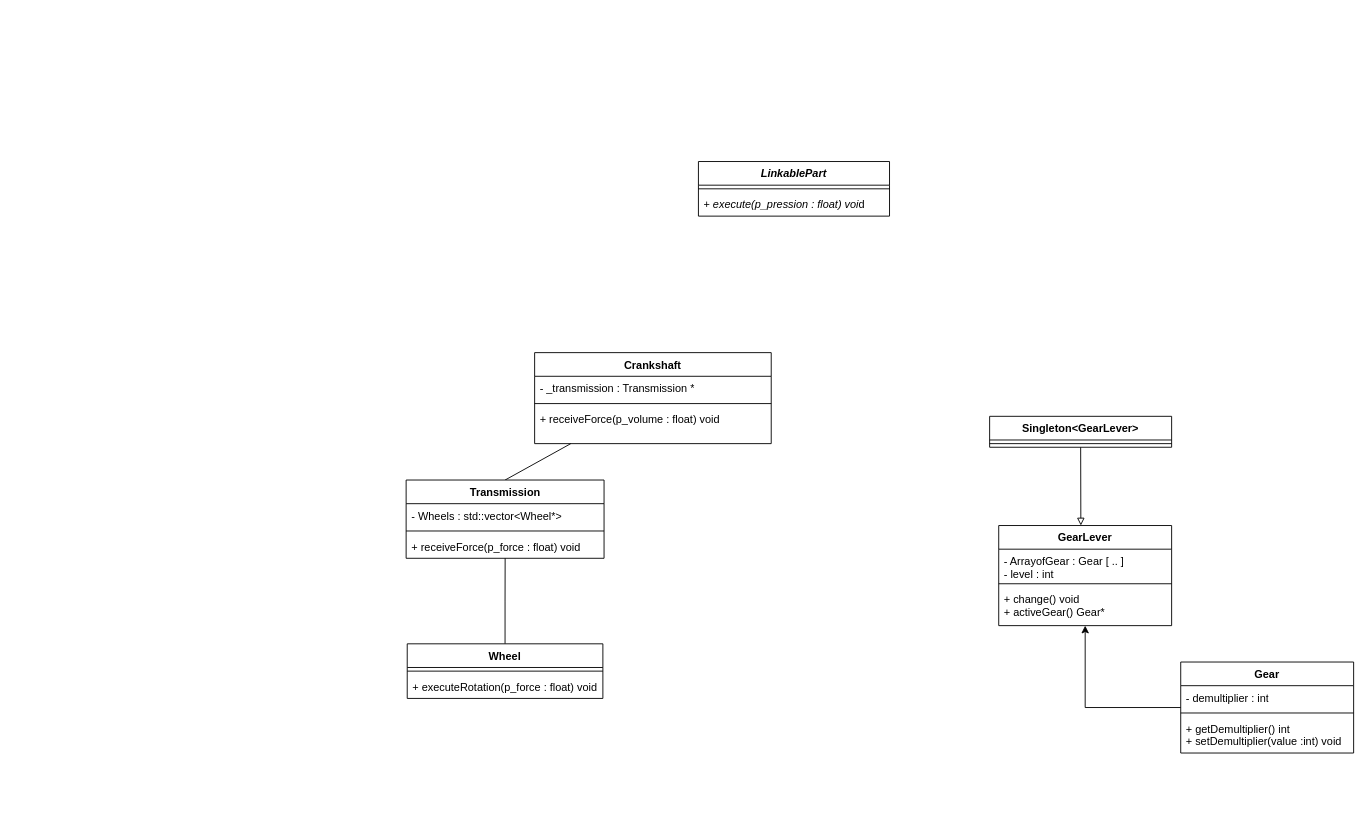
Julien-Dutschke/Piscine-Object keeps this draw.io diagram as Sequence.drawio. Above is the earlier version. Source tidied: cells renumbered, new cells numbered last; positions are measured from the earlier drawing's top-left corner, leaving out a move shared by most shapes. Both pictures are drawn from the tidied source at 91%, with x=0, y=0 at pixel (406, 161).
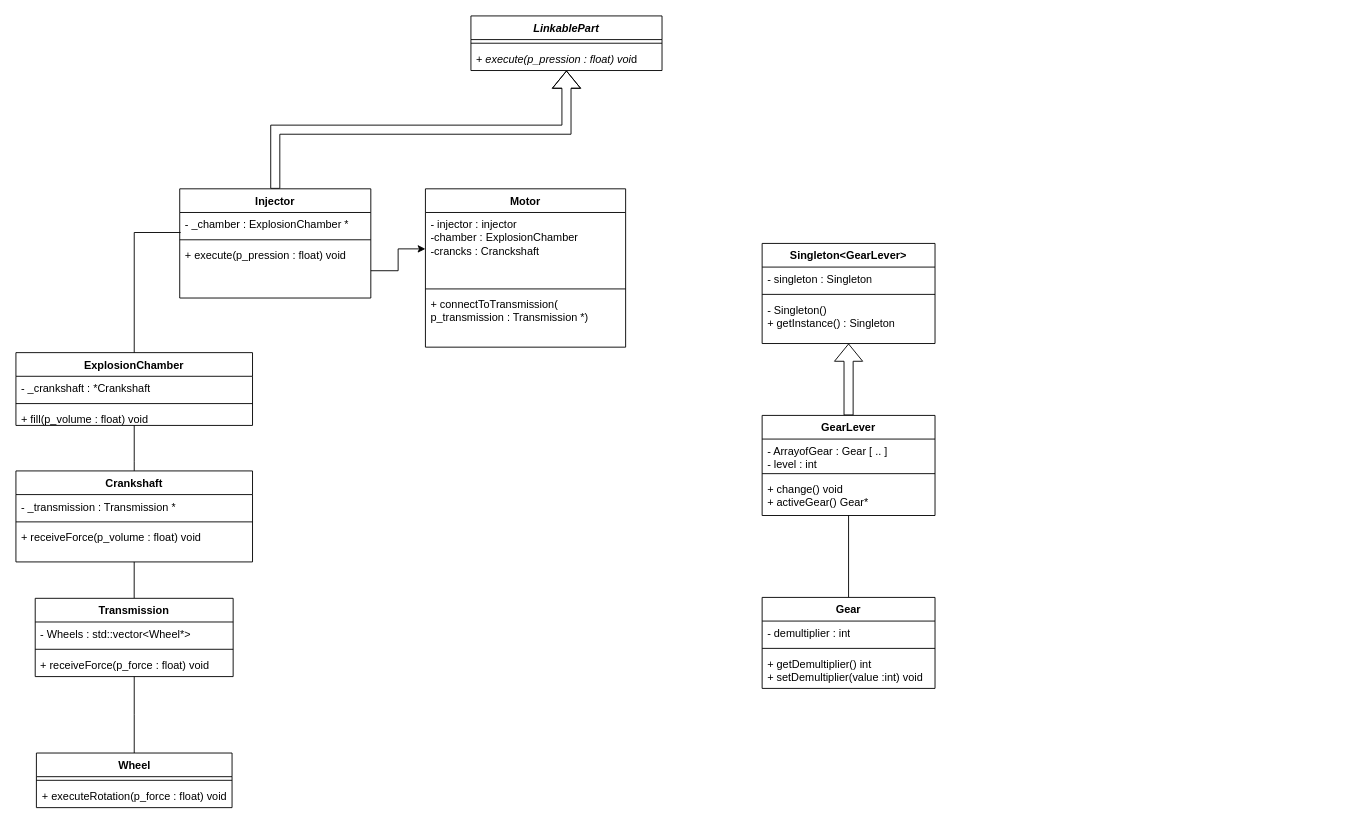
Above is the later version.

Change to the diagram source:
```diff
@@
     <mxCell id="2" value="&lt;i&gt;&lt;b&gt;LinkablePart&lt;/b&gt;&lt;/i&gt;" style="swimlane;fontStyle=1;align=center;verticalAlign=top;horizontal=1;startSize=26;whiteSpace=wrap;html=1;" parent="1" vertex="1">
-      <mxGeometry x="321" width="210" height="60" as="geometry" />
+      <mxGeometry x="71" y="-160" width="210" height="60" as="geometry" />
     </mxCell>
@@
     <mxCell id="6" value="Wheel" style="swimlane;fontStyle=1;align=center;verticalAlign=top;horizontal=1;startSize=26;whiteSpace=wrap;html=1;" parent="1" vertex="1">
-      <mxGeometry x="1" y="530" width="215" height="60" as="geometry" />
+      <mxGeometry x="-406.5" y="650" width="215" height="60" as="geometry" />
     </mxCell>
@@
-    <mxCell id="9" style="edgeStyle=orthogonalEdgeStyle;rounded=0;jettySize=auto;html=1;" parent="1" edge="1" source="10" target="14">
+    <mxCell id="9" style="edgeStyle=orthogonalEdgeStyle;rounded=0;jettySize=auto;html=1;endArrow=none;endFill=0;startArrow=none;startFill=0;" parent="1" edge="1" source="10" target="14">
       <mxGeometry relative="1" as="geometry" />
     </mxCell>
     <mxCell id="10" value="Gear" style="swimlane;fontStyle=1;align=center;verticalAlign=top;horizontal=1;startSize=26;whiteSpace=wrap;html=1;" parent="1" vertex="1">
-      <mxGeometry x="851" y="550" width="190" height="100" as="geometry" />
+      <mxGeometry x="391" y="479" width="190" height="100" as="geometry" />
     </mxCell>
@@
+    <mxCell id="30" style="edgeStyle=orthogonalEdgeStyle;rounded=0;jettySize=auto;html=1;endArrow=block;endFill=0;shape=flexArrow;" parent="1" edge="1" source="14" target="18">
+      <mxGeometry relative="1" as="geometry" />
+    </mxCell>
     <mxCell id="14" value="GearLever" style="swimlane;fontStyle=1;align=center;verticalAlign=top;horizontal=1;startSize=26;whiteSpace=wrap;html=1;" parent="1" vertex="1">
-      <mxGeometry x="651" y="400" width="190" height="110" as="geometry" />
+      <mxGeometry x="391" y="279" width="190" height="110" as="geometry" />
     </mxCell>
@@
-    <mxCell id="18" value="Singleton&amp;lt;GearLever&amp;gt;" style="swimlane;fontStyle=1;align=center;verticalAlign=top;horizontal=1;startSize=26;whiteSpace=wrap;html=1;" parent="1" vertex="1">
-      <mxGeometry x="641" y="280" width="200" height="34" as="geometry" />
-    </mxCell>
-    <mxCell id="19" style="line;strokeWidth=1;fillColor=none;align=left;verticalAlign=middle;spacingTop=-1;spacingLeft=3;spacingRight=3;labelPosition=right;strokeColor=inherit;" parent="18" vertex="1">
-      <mxGeometry y="26" width="200" height="8" as="geometry" />
-    </mxCell>
-    <mxCell id="20" style="rounded=0;jettySize=auto;html=1;entryX=0.475;entryY=0;entryDx=0;entryDy=0;entryPerimeter=0;endArrow=block;endFill=0;strokeWidth=1;curved=0;" parent="1" edge="1" source="18" target="14">
-      <mxGeometry relative="1" as="geometry" />
-    </mxCell>
@@
     <mxCell id="22" value="Transmission" style="swimlane;fontStyle=1;align=center;verticalAlign=top;horizontal=1;startSize=26;whiteSpace=wrap;html=1;" parent="1" vertex="1">
-      <mxGeometry x="-0.2" y="350" width="217.5" height="86" as="geometry" />
+      <mxGeometry x="-407.8" y="480" width="217.5" height="86" as="geometry" />
     </mxCell>
@@
+    <mxCell id="31" style="edgeStyle=orthogonalEdgeStyle;rounded=0;jettySize=auto;html=1;endArrow=none;endFill=0;" parent="1" edge="1" source="26" target="32">
+      <mxGeometry relative="1" as="geometry">
+        <Array as="points">
+          <mxPoint x="-299" y="330" />
+          <mxPoint x="-299" y="330" />
+        </Array>
+      </mxGeometry>
+    </mxCell>
     <mxCell id="26" value="Crankshaft" style="swimlane;fontStyle=1;align=center;verticalAlign=top;horizontal=1;startSize=26;whiteSpace=wrap;html=1;" parent="1" vertex="1">
-      <mxGeometry x="141" y="210" width="260" height="100" as="geometry" />
+      <mxGeometry x="-429" y="340" width="260" height="100" as="geometry" />
     </mxCell>
@@
+    <mxCell id="32" value="ExplosionChamber" style="swimlane;fontStyle=1;align=center;verticalAlign=top;horizontal=1;startSize=26;whiteSpace=wrap;html=1;" parent="1" vertex="1">
+      <mxGeometry x="-429" y="210" width="260" height="80" as="geometry" />
+    </mxCell>
+    <mxCell id="33" value="- _crankshaft : *Crankshaft" style="text;strokeColor=none;fillColor=none;align=left;verticalAlign=top;spacingLeft=4;spacingRight=4;overflow=hidden;whiteSpace=wrap;html=1;" parent="32" vertex="1">
+      <mxGeometry y="26" width="260" height="26" as="geometry" />
+    </mxCell>
+    <mxCell id="34" style="line;strokeWidth=1;fillColor=none;align=left;verticalAlign=middle;spacingTop=-1;spacingLeft=3;spacingRight=3;labelPosition=right;strokeColor=inherit;" parent="32" vertex="1">
+      <mxGeometry y="52" width="260" height="8" as="geometry" />
+    </mxCell>
+    <mxCell id="35" value="+ fill(p_volume : float) void " style="text;strokeColor=none;fillColor=none;align=left;verticalAlign=top;spacingLeft=4;spacingRight=4;overflow=hidden;whiteSpace=wrap;html=1;" parent="32" vertex="1">
+      <mxGeometry y="60" width="260" height="20" as="geometry" />
+    </mxCell>
+    <mxCell id="18" value="Singleton&amp;lt;GearLever&amp;gt;" style="swimlane;fontStyle=1;align=center;verticalAlign=top;horizontal=1;startSize=26;whiteSpace=wrap;html=1;" parent="1" vertex="1">
+      <mxGeometry x="391" y="90" width="190" height="110" as="geometry" />
+    </mxCell>
+    <mxCell id="36" value="- singleton : Singleton" style="text;strokeColor=none;fillColor=none;align=left;verticalAlign=top;spacingLeft=4;spacingRight=4;overflow=hidden;whiteSpace=wrap;html=1;" parent="18" vertex="1">
+      <mxGeometry y="26" width="190" height="26" as="geometry" />
+    </mxCell>
+    <mxCell id="37" style="line;strokeWidth=1;fillColor=none;align=left;verticalAlign=middle;spacingTop=-1;spacingLeft=3;spacingRight=3;labelPosition=right;strokeColor=inherit;" parent="18" vertex="1">
+      <mxGeometry y="52" width="190" height="8" as="geometry" />
+    </mxCell>
+    <mxCell id="38" value="- Singleton()&lt;br&gt;+ getInstance() : Singleton" style="text;strokeColor=none;fillColor=none;align=left;verticalAlign=top;spacingLeft=4;spacingRight=4;overflow=hidden;whiteSpace=wrap;html=1;" parent="18" vertex="1">
+      <mxGeometry y="60" width="190" height="50" as="geometry" />
+    </mxCell>
+    <mxCell id="39" style="edgeStyle=orthogonalEdgeStyle;rounded=0;jettySize=auto;html=1;exitX=0.5;exitY=0;exitDx=0;exitDy=0;shape=flexArrow;" parent="1" edge="1" source="40" target="2">
+      <mxGeometry relative="1" as="geometry" />
+    </mxCell>
+    <mxCell id="40" value="Injector" style="swimlane;fontStyle=1;align=center;verticalAlign=top;horizontal=1;startSize=26;whiteSpace=wrap;html=1;" parent="1" vertex="1">
+      <mxGeometry x="-249" y="30" width="210" height="120" as="geometry" />
+    </mxCell>
+    <mxCell id="41" value="- _chamber : ExplosionChamber * " style="text;strokeColor=none;fillColor=none;align=left;verticalAlign=top;spacingLeft=4;spacingRight=4;overflow=hidden;points=[[0,0.5],[1,0.5]];portConstraint=eastwest;whiteSpace=wrap;html=1;" parent="40" vertex="1">
+      <mxGeometry y="26" width="210" height="26" as="geometry" />
+    </mxCell>
+    <mxCell id="42" style="line;strokeWidth=1;fillColor=none;align=left;verticalAlign=middle;spacingTop=-1;spacingLeft=3;spacingRight=3;labelPosition=right;strokeColor=inherit;" parent="40" vertex="1">
+      <mxGeometry y="52" width="210" height="8" as="geometry" />
+    </mxCell>
+    <mxCell id="43" value="+ execute(p_pression : float) void" style="text;strokeColor=none;fillColor=none;align=left;verticalAlign=top;spacingLeft=4;spacingRight=4;overflow=hidden;points=[[0,0.5],[1,0.5]];portConstraint=eastwest;whiteSpace=wrap;html=1;" parent="40" vertex="1">
+      <mxGeometry y="60" width="210" height="60" as="geometry" />
+    </mxCell>
+    <mxCell id="44" style="edgeStyle=orthogonalEdgeStyle;rounded=0;jettySize=auto;html=1;exitX=0.5;exitY=0;exitDx=0;exitDy=0;entryX=0.005;entryY=0.846;entryDx=0;entryDy=0;entryPerimeter=0;endArrow=none;endFill=0;" parent="1" edge="1" source="32" target="41">
+      <mxGeometry relative="1" as="geometry" />
+    </mxCell>
+    <mxCell id="45" value="Motor" style="swimlane;fontStyle=1;align=center;verticalAlign=top;horizontal=1;startSize=26;whiteSpace=wrap;html=1;" parent="1" vertex="1">
+      <mxGeometry x="21" y="30" width="220" height="174" as="geometry" />
+    </mxCell>
+    <mxCell id="46" value="&lt;div&gt;- injector : injector&lt;/div&gt;&lt;div&gt;-chamber : ExplosionChamber&lt;/div&gt;&lt;div&gt;-crancks : Cranckshaft&lt;br&gt;&lt;/div&gt;" style="text;strokeColor=none;fillColor=none;align=left;verticalAlign=top;spacingLeft=4;spacingRight=4;overflow=hidden;points=[[0,0.5],[1,0.5]];portConstraint=eastwest;whiteSpace=wrap;html=1;" parent="45" vertex="1">
+      <mxGeometry y="26" width="220" height="80" as="geometry" />
+    </mxCell>
+    <mxCell id="47" style="line;strokeWidth=1;fillColor=none;align=left;verticalAlign=middle;spacingTop=-1;spacingLeft=3;spacingRight=3;labelPosition=right;strokeColor=inherit;" parent="45" vertex="1">
+      <mxGeometry y="106" width="220" height="8" as="geometry" />
+    </mxCell>
+    <mxCell id="48" value="+ connectToTransmission( p_transmission : Transmission *)" style="text;strokeColor=none;fillColor=none;align=left;verticalAlign=top;spacingLeft=4;spacingRight=4;overflow=hidden;whiteSpace=wrap;html=1;" parent="45" vertex="1">
+      <mxGeometry y="114" width="220" height="60" as="geometry" />
+    </mxCell>
+    <mxCell id="49" style="edgeStyle=orthogonalEdgeStyle;rounded=0;jettySize=auto;html=1;entryX=0;entryY=0.5;entryDx=0;entryDy=0;" parent="1" edge="1" source="43" target="46">
+      <mxGeometry relative="1" as="geometry" />
+    </mxCell>
```
